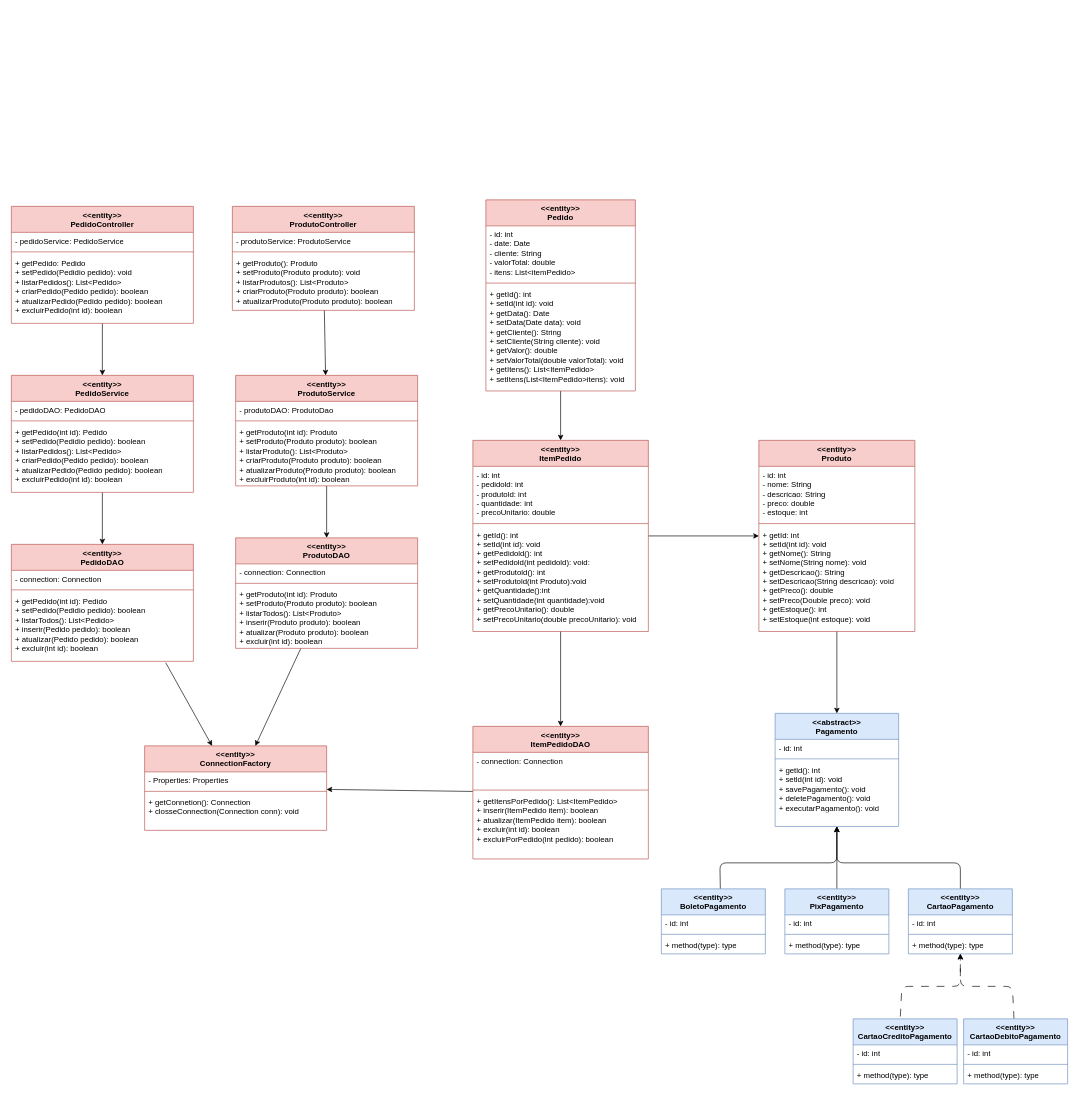
Above: src/main/java/com/tecdes/gerenciador/Gerenciador.dio in caiqueoliveira-ds/gerenciador-de-pedidos (draw.io), before the change. Source tidied: cells renumbered, new cells numbered last; positions are measured from the earlier drawing's top-left corner, leaving out a move shared by most shapes. Both pictures are drawn from the tidied source at 65%, with x=0, y=0 at pixel (11, 200).
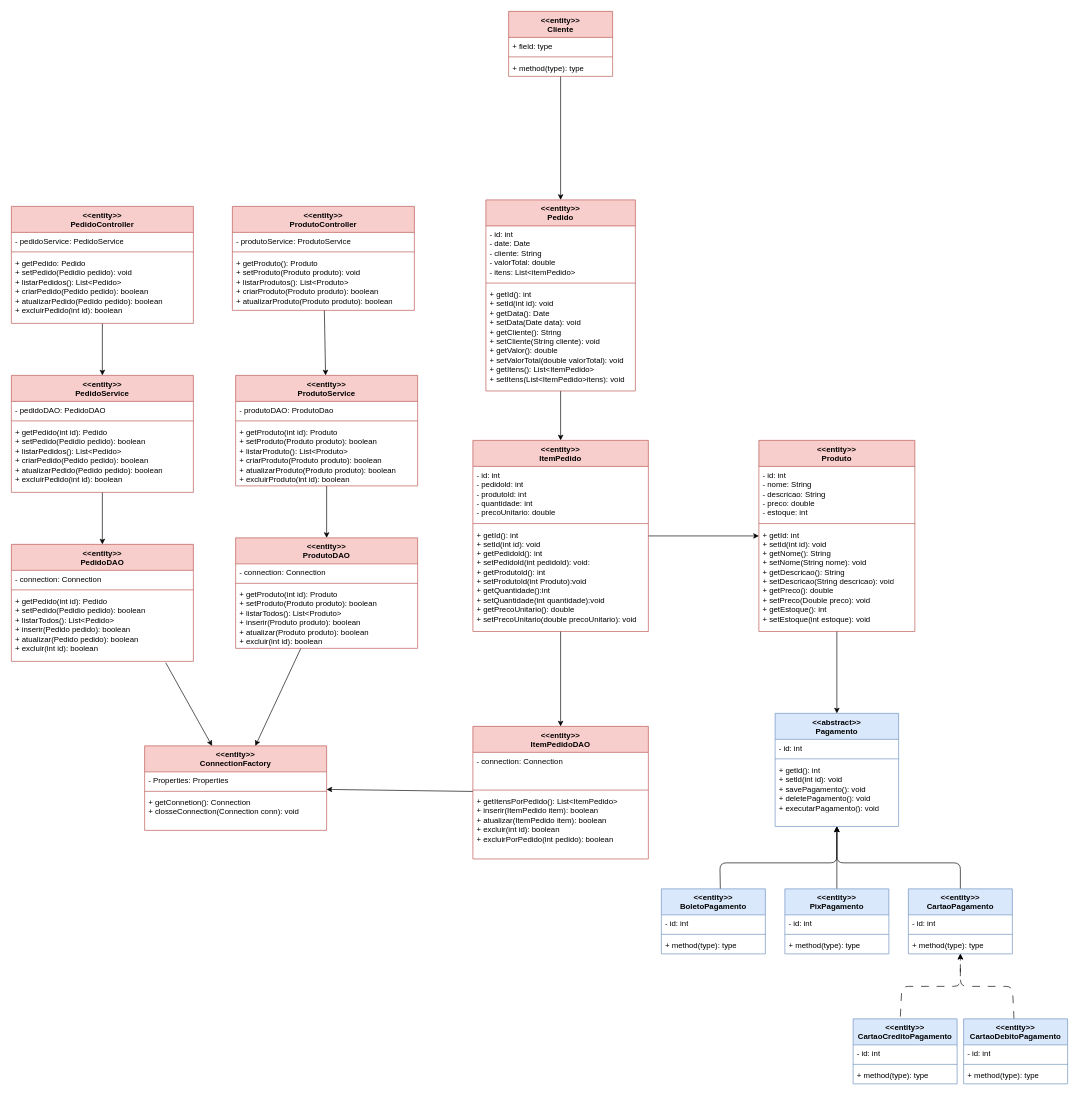
The same page after the edit.

Commit message (it also covers changes not shown here):
pequenas alterações nas tabelas

Unchanged cells that the change refers to:
```xml
<mxCell id="37" value="&lt;div&gt;&amp;lt;&amp;lt;entity&amp;gt;&amp;gt;&lt;/div&gt;Pedido" style="swimlane;fontStyle=1;align=center;verticalAlign=top;horizontal=1;startSize=40;whiteSpace=wrap;html=1;fillColor=#f8cecc;strokeColor=#b85450;" parent="1" vertex="1">
  <mxGeometry x="730" width="230" height="294" as="geometry" />
</mxCell>
```

Diff of the diagram source:
```diff
@@
+    <mxCell id="86" style="edgeStyle=none;html=1;" parent="1" edge="1" source="87" target="37">
+      <mxGeometry relative="1" as="geometry" />
+    </mxCell>
+    <mxCell id="87" value="&lt;div&gt;&amp;lt;&amp;lt;entity&amp;gt;&amp;gt;&lt;/div&gt;Cliente" style="swimlane;fontStyle=1;align=center;verticalAlign=top;horizontal=1;startSize=40;whiteSpace=wrap;html=1;fillColor=#f8cecc;strokeColor=#b85450;" parent="1" vertex="1">
+      <mxGeometry x="765" y="-290" width="160" height="100" as="geometry" />
+    </mxCell>
+    <mxCell id="88" value="+ field: type" style="text;strokeColor=none;fillColor=none;align=left;verticalAlign=top;spacingLeft=4;spacingRight=4;overflow=hidden;whiteSpace=wrap;html=1;" parent="87" vertex="1">
+      <mxGeometry y="40" width="160" height="26" as="geometry" />
+    </mxCell>
+    <mxCell id="89" style="line;strokeWidth=1;fillColor=none;align=left;verticalAlign=middle;spacingTop=-1;spacingLeft=3;spacingRight=3;labelPosition=right;strokeColor=inherit;" parent="87" vertex="1">
+      <mxGeometry y="66" width="160" height="8" as="geometry" />
+    </mxCell>
+    <mxCell id="90" value="+ method(type): type" style="text;strokeColor=none;fillColor=none;align=left;verticalAlign=top;spacingLeft=4;spacingRight=4;overflow=hidden;whiteSpace=wrap;html=1;" parent="87" vertex="1">
+      <mxGeometry y="74" width="160" height="26" as="geometry" />
+    </mxCell>
```
